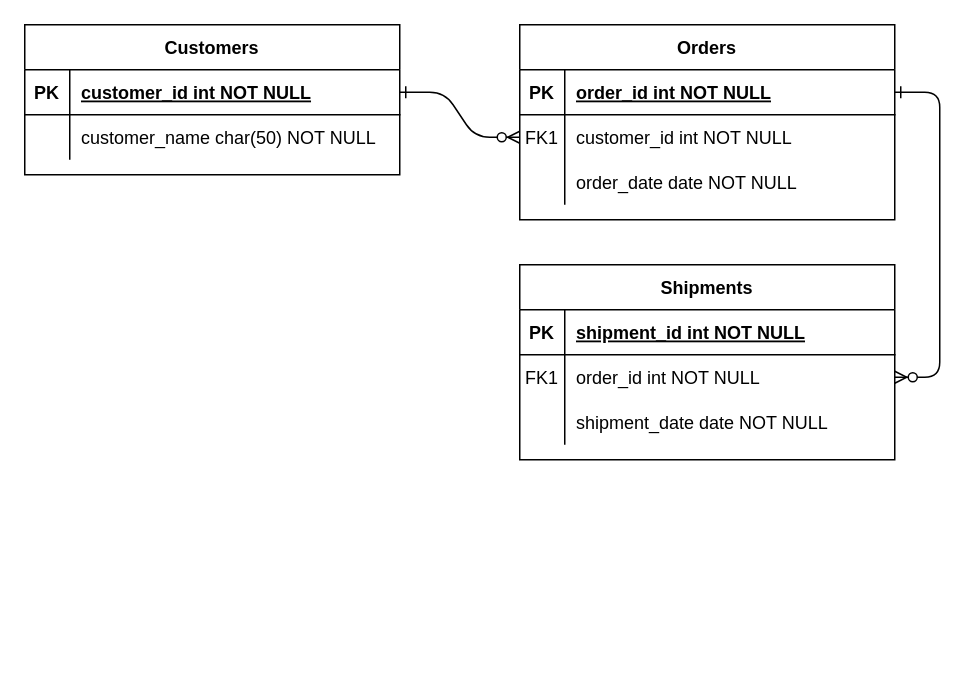
Before: GB2.drawio in konoplinovich/Diagrams, a draw.io diagram. Source tidied: cells renumbered, new cells numbered last; positions are measured from the earlier drawing's top-left corner, leaving out a move shared by most shapes. Both pictures are drawn from the tidied source at 150%, with x=0, y=0 at pixel (24, 24).
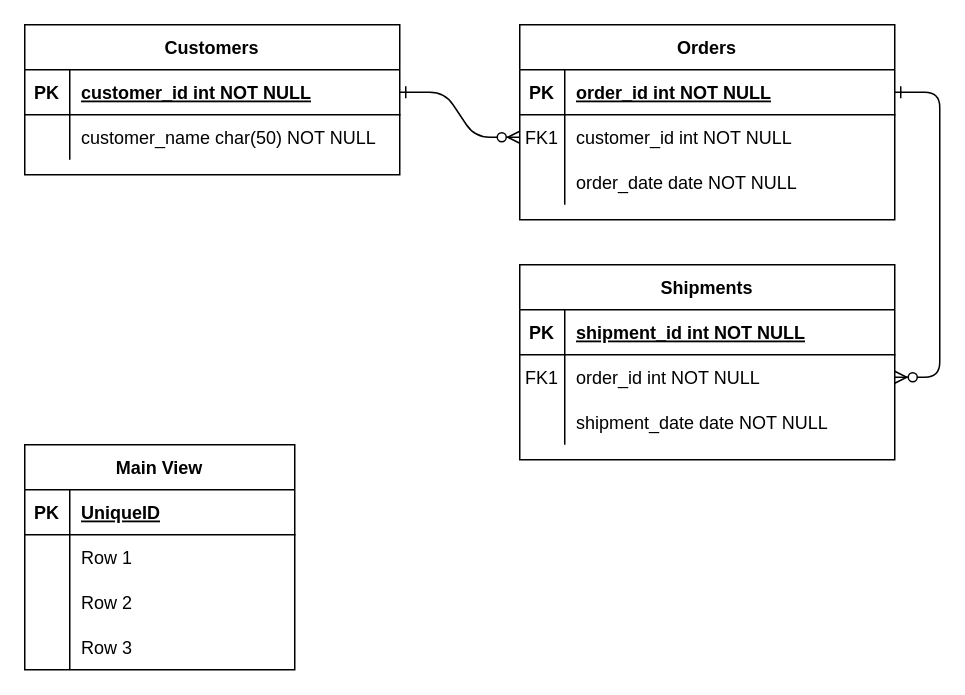
Above is the later version.

Diff of the diagram source:
```diff
@@
+    <mxCell id="31" value="Main View" style="shape=table;startSize=30;childLayout=tableLayout;rowLines=0;fontStyle=1;align=center;sketch=0;" parent="1" vertex="1">
+      <mxGeometry y="280" width="180" height="150" as="geometry" />
+    </mxCell>
+    <mxCell id="32" style="shape=tableRow;horizontal=0;startSize=0;swimlaneHead=0;swimlaneBody=0;fillColor=none;top=0;left=0;right=0;bottom=1;sketch=0;" parent="31" vertex="1">
+      <mxGeometry y="30" width="180" height="30" as="geometry" />
+    </mxCell>
+    <mxCell id="33" value="PK" style="shape=partialRectangle;fillColor=none;top=0;left=0;bottom=0;right=0;fontStyle=1;overflow=hidden;sketch=0;" parent="32" vertex="1">
+      <mxGeometry width="30" height="30" as="geometry" />
+    </mxCell>
+    <mxCell id="34" value="UniqueID" style="shape=partialRectangle;fillColor=none;top=0;left=0;bottom=0;right=0;align=left;spacingLeft=6;fontStyle=5;overflow=hidden;sketch=0;" parent="32" vertex="1">
+      <mxGeometry x="30" width="150" height="30" as="geometry" />
+    </mxCell>
+    <mxCell id="35" style="shape=tableRow;horizontal=0;startSize=0;swimlaneHead=0;swimlaneBody=0;fillColor=none;top=0;left=0;right=0;bottom=0;sketch=0;" parent="31" vertex="1">
+      <mxGeometry y="60" width="180" height="30" as="geometry" />
+    </mxCell>
+    <mxCell id="36" style="shape=partialRectangle;fillColor=none;top=0;left=0;bottom=0;right=0;overflow=hidden;sketch=0;" parent="35" vertex="1">
+      <mxGeometry width="30" height="30" as="geometry" />
+    </mxCell>
+    <mxCell id="37" value="Row 1" style="shape=partialRectangle;fillColor=none;top=0;left=0;bottom=0;right=0;align=left;spacingLeft=6;overflow=hidden;sketch=0;" parent="35" vertex="1">
+      <mxGeometry x="30" width="150" height="30" as="geometry" />
+    </mxCell>
+    <mxCell id="38" style="shape=tableRow;horizontal=0;startSize=0;swimlaneHead=0;swimlaneBody=0;fillColor=none;top=0;left=0;right=0;bottom=0;sketch=0;" parent="31" vertex="1">
+      <mxGeometry y="90" width="180" height="30" as="geometry" />
+    </mxCell>
+    <mxCell id="39" style="shape=partialRectangle;fillColor=none;top=0;left=0;bottom=0;right=0;overflow=hidden;sketch=0;" parent="38" vertex="1">
+      <mxGeometry width="30" height="30" as="geometry" />
+    </mxCell>
+    <mxCell id="40" value="Row 2" style="shape=partialRectangle;fillColor=none;top=0;left=0;bottom=0;right=0;align=left;spacingLeft=6;overflow=hidden;sketch=0;" parent="38" vertex="1">
+      <mxGeometry x="30" width="150" height="30" as="geometry" />
+    </mxCell>
+    <mxCell id="41" style="shape=tableRow;horizontal=0;startSize=0;swimlaneHead=0;swimlaneBody=0;fillColor=none;top=0;left=0;right=0;bottom=0;sketch=0;" parent="31" vertex="1">
+      <mxGeometry y="120" width="180" height="30" as="geometry" />
+    </mxCell>
+    <mxCell id="42" style="shape=partialRectangle;fillColor=none;top=0;left=0;bottom=0;right=0;overflow=hidden;sketch=0;" parent="41" vertex="1">
+      <mxGeometry width="30" height="30" as="geometry" />
+    </mxCell>
+    <mxCell id="43" value="Row 3" style="shape=partialRectangle;fillColor=none;top=0;left=0;bottom=0;right=0;align=left;spacingLeft=6;overflow=hidden;sketch=0;" parent="41" vertex="1">
+      <mxGeometry x="30" width="150" height="30" as="geometry" />
+    </mxCell>
```
